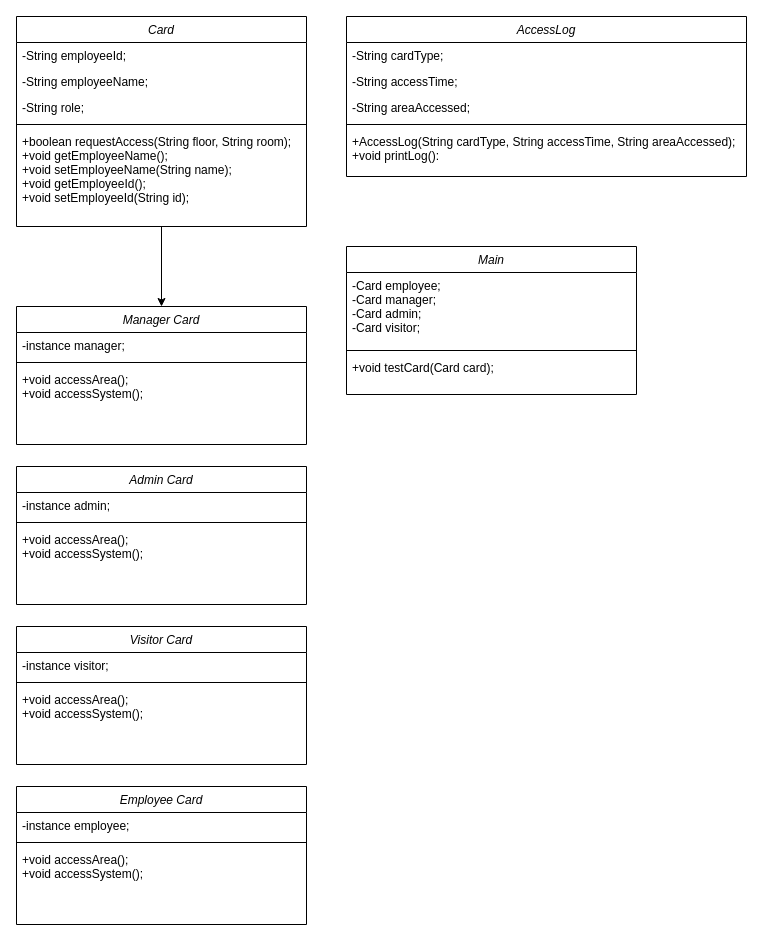
Before: Untitled Diagram.drawio in pin-nattharin/DII-GEN6-CompoundSEC, a draw.io diagram. Source tidied: cells renumbered, new cells numbered last; positions are measured from the earlier drawing's top-left corner, leaving out a move shared by most shapes. Both pictures are drawn from the tidied source at 100%, with x=0, y=0 at pixel (16, 16).
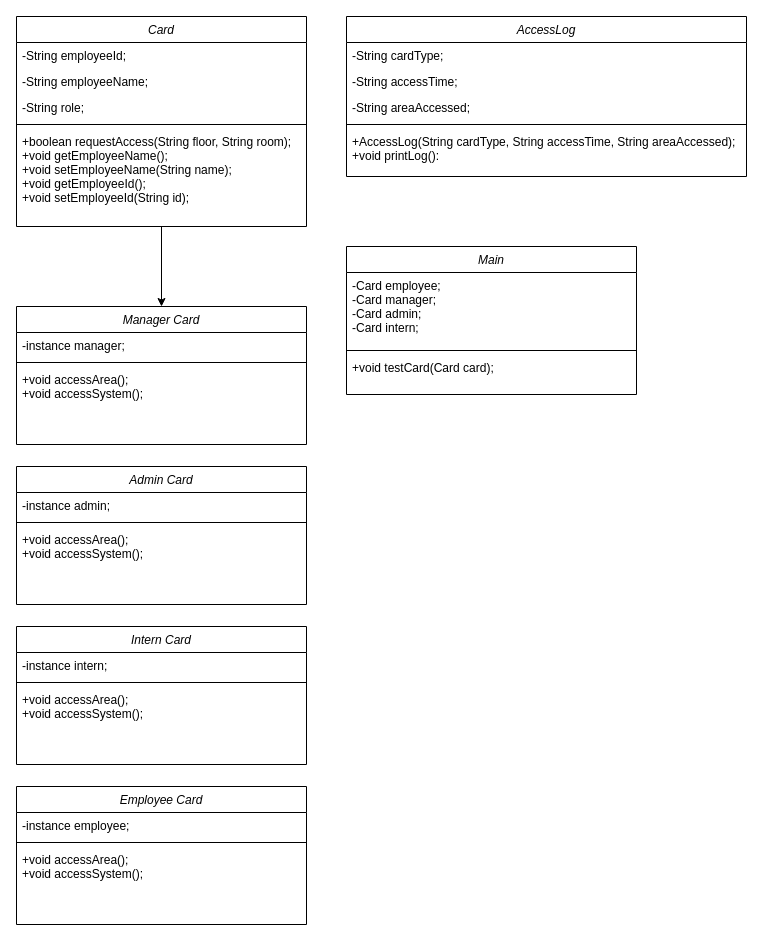
The same diagram, later.

The change refers to these unchanged cells:
```xml
<mxCell id="31" value="Main" style="swimlane;fontStyle=2;align=center;verticalAlign=top;horizontal=1;startSize=26;rounded=0;shadow=0;strokeWidth=1;" parent="1" vertex="1">
  <mxGeometry x="330" y="230" width="290" height="148" as="geometry" />
</mxCell>
```

What changed in the source:
```diff
@@
-    <mxCell id="17" value="Visitor Card" style="swimlane;fontStyle=2;align=center;verticalAlign=top;horizontal=1;startSize=26;rounded=0;shadow=0;strokeWidth=1;" parent="1" vertex="1">
+    <mxCell id="17" value="Intern Card" style="swimlane;fontStyle=2;align=center;verticalAlign=top;horizontal=1;startSize=26;rounded=0;shadow=0;strokeWidth=1;" parent="1" vertex="1">
       <mxGeometry y="610" width="290" height="138" as="geometry" />
     </mxCell>
-    <mxCell id="18" value="-instance visitor;" style="text;align=left;verticalAlign=top;spacingLeft=4;spacingRight=4;overflow=hidden;" parent="17" vertex="1">
+    <mxCell id="18" value="-instance intern;" style="text;align=left;verticalAlign=top;spacingLeft=4;spacingRight=4;overflow=hidden;" parent="17" vertex="1">
       <mxGeometry y="26" width="290" height="26" as="geometry" />
     </mxCell>
@@
-    <mxCell id="32" value="-Card employee;&#10;-Card manager;&#10;-Card admin;&#10;-Card visitor;" style="text;align=left;verticalAlign=top;spacingLeft=4;spacingRight=4;overflow=hidden;" parent="31" vertex="1">
+    <mxCell id="32" value="-Card employee;&#10;-Card manager;&#10;-Card admin;&#10;-Card intern;" style="text;align=left;verticalAlign=top;spacingLeft=4;spacingRight=4;overflow=hidden;" parent="31" vertex="1">
       <mxGeometry y="26" width="290" height="74" as="geometry" />
     </mxCell>
```
